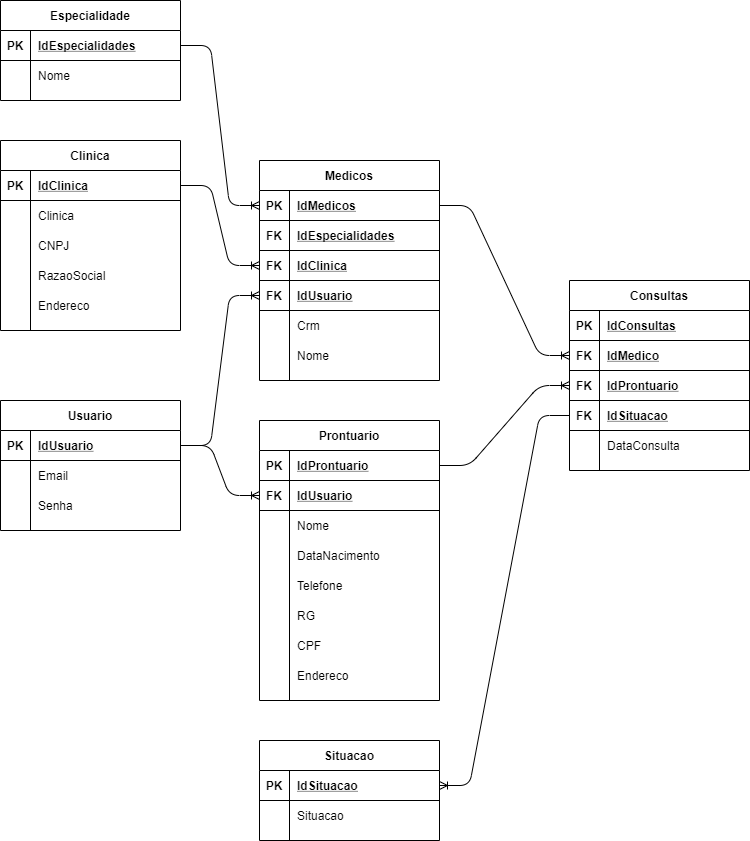
Above: Desafios/SP-Medical-Group/Diagramas/SP-Medical-Group-Conceitual.png in LeandroMCF/Senai_Sprint1_bd (draw.io), before the change. Source tidied: cells renumbered, new cells last; positions are measured from the earlier drawing's top-left corner, leaving out a move shared by most shapes.
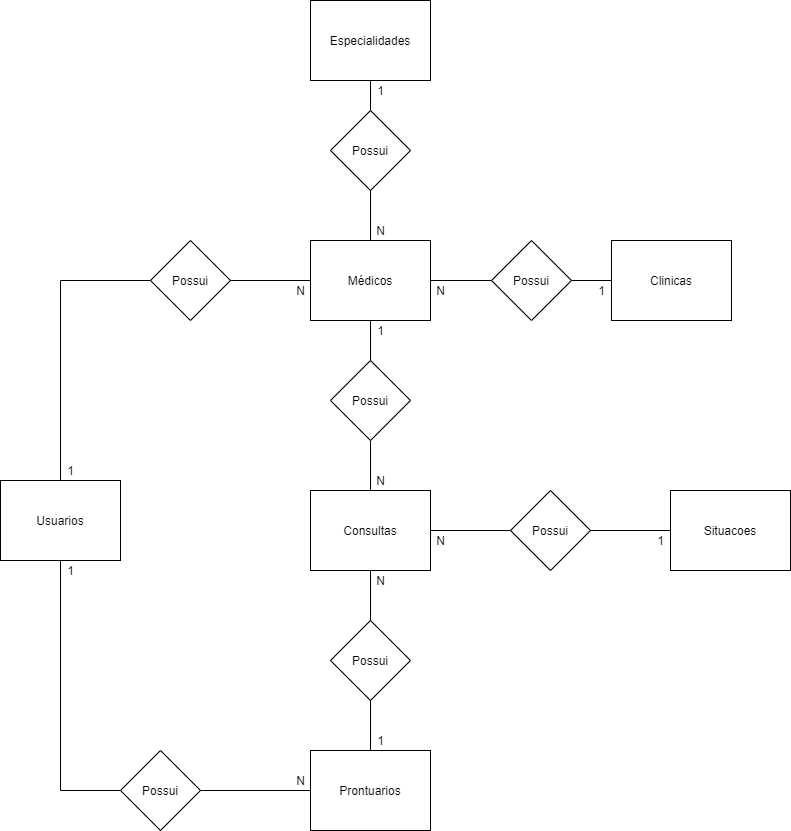
After the change.

Change to the diagram source:
```diff
@@ -3,7 +3,7 @@
     <mxCell id="0" />
     <mxCell id="1" parent="0" />
     <mxCell id="2" value="Especialidade" style="shape=table;startSize=30;rowLines=0;fontStyle=1;align=center;" parent="1" vertex="1">
-      <mxGeometry width="180" height="100" as="geometry" />
+      <mxGeometry x="-1" y="90" width="180" height="100" as="geometry" />
     </mxCell>
     <mxCell id="3" style="shape=partialRectangle;fillColor=none;top=0;left=0;bottom=1;right=0;points=[[0,0.5],[1,0.5]];portConstraint=eastwest;" parent="2" vertex="1">
       <mxGeometry y="30" width="180" height="30" as="geometry" />
@@ -53,17 +53,8 @@
     <mxCell id="18" value="IdClinica" style="shape=partialRectangle;fillColor=none;top=0;left=0;bottom=0;right=0;align=left;spacingLeft=6;fontStyle=5;overflow=hidden;" parent="16" vertex="1">
       <mxGeometry x="30" width="150" height="30" as="geometry" />
     </mxCell>
-    <mxCell id="19" style="shape=partialRectangle;fillColor=none;top=0;left=0;bottom=1;right=0;points=[[0,0.5],[1,0.5]];portConstraint=eastwest;" parent="9" vertex="1">
-      <mxGeometry y="120" width="180" height="30" as="geometry" />
-    </mxCell>
-    <mxCell id="20" value="FK" style="shape=partialRectangle;fillColor=none;top=0;left=0;bottom=0;right=0;fontStyle=1;overflow=hidden;" parent="19" vertex="1">
-      <mxGeometry width="30" height="30" as="geometry" />
-    </mxCell>
-    <mxCell id="21" value="IdUsuario" style="shape=partialRectangle;fillColor=none;top=0;left=0;bottom=0;right=0;align=left;spacingLeft=6;fontStyle=5;overflow=hidden;" parent="19" vertex="1">
-      <mxGeometry x="30" width="150" height="30" as="geometry" />
-    </mxCell>
     <mxCell id="22" style="shape=partialRectangle;fillColor=none;top=0;left=0;bottom=0;right=0;" parent="9" vertex="1">
-      <mxGeometry y="150" width="180" height="30" as="geometry" />
+      <mxGeometry y="120" width="180" height="30" as="geometry" />
     </mxCell>
     <mxCell id="23" style="shape=partialRectangle;fillColor=none;top=0;left=0;bottom=0;right=0;overflow=hidden;" parent="22" vertex="1">
       <mxGeometry width="30" height="30" as="geometry" />
@@ -72,7 +63,7 @@
       <mxGeometry x="30" width="150" height="30" as="geometry" />
     </mxCell>
     <mxCell id="25" style="shape=partialRectangle;fillColor=none;top=0;left=0;bottom=0;right=0;" parent="9" vertex="1">
-      <mxGeometry y="180" width="180" height="30" as="geometry" />
+      <mxGeometry y="150" width="180" height="30" as="geometry" />
     </mxCell>
     <mxCell id="26" style="shape=partialRectangle;fillColor=none;top=0;left=0;bottom=0;right=0;overflow=hidden;" parent="25" vertex="1">
       <mxGeometry width="30" height="30" as="geometry" />
@@ -80,8 +71,17 @@
     <mxCell id="27" value="Nome" style="shape=partialRectangle;fillColor=none;top=0;left=0;bottom=0;right=0;align=left;spacingLeft=6;overflow=hidden;" parent="25" vertex="1">
       <mxGeometry x="30" width="150" height="30" as="geometry" />
     </mxCell>
+    <mxCell id="109" style="shape=partialRectangle;fillColor=none;top=0;left=0;bottom=0;right=0;" parent="9" vertex="1">
+      <mxGeometry y="180" width="180" height="30" as="geometry" />
+    </mxCell>
+    <mxCell id="110" style="shape=partialRectangle;fillColor=none;top=0;left=0;bottom=0;right=0;overflow=hidden;" parent="109" vertex="1">
+      <mxGeometry width="30" height="30" as="geometry" />
+    </mxCell>
+    <mxCell id="111" value="Email" style="shape=partialRectangle;fillColor=none;top=0;left=0;bottom=0;right=0;align=left;spacingLeft=6;overflow=hidden;" parent="109" vertex="1">
+      <mxGeometry x="30" width="150" height="30" as="geometry" />
+    </mxCell>
     <mxCell id="28" value="Clinica" style="shape=table;startSize=30;rowLines=0;fontStyle=1;align=center;" parent="1" vertex="1">
-      <mxGeometry y="140" width="180" height="190" as="geometry" />
+      <mxGeometry x="-1" y="290" width="180" height="190" as="geometry" />
     </mxCell>
     <mxCell id="29" style="shape=partialRectangle;fillColor=none;top=0;left=0;bottom=1;right=0;points=[[0,0.5],[1,0.5]];portConstraint=eastwest;" parent="28" vertex="1">
       <mxGeometry y="30" width="180" height="30" as="geometry" />
@@ -140,17 +140,8 @@
     <mxCell id="47" value="IdProntuario" style="shape=partialRectangle;fillColor=none;top=0;left=0;bottom=0;right=0;align=left;spacingLeft=6;fontStyle=5;overflow=hidden;" parent="45" vertex="1">
       <mxGeometry x="30" width="150" height="30" as="geometry" />
     </mxCell>
-    <mxCell id="48" style="shape=partialRectangle;fillColor=none;top=0;left=0;bottom=1;right=0;points=[[0,0.5],[1,0.5]];portConstraint=eastwest;" parent="44" vertex="1">
-      <mxGeometry y="60" width="180" height="30" as="geometry" />
-    </mxCell>
-    <mxCell id="49" value="FK" style="shape=partialRectangle;fillColor=none;top=0;left=0;bottom=0;right=0;fontStyle=1;overflow=hidden;" parent="48" vertex="1">
-      <mxGeometry width="30" height="30" as="geometry" />
-    </mxCell>
-    <mxCell id="50" value="IdUsuario" style="shape=partialRectangle;fillColor=none;top=0;left=0;bottom=0;right=0;align=left;spacingLeft=6;fontStyle=5;overflow=hidden;" parent="48" vertex="1">
-      <mxGeometry x="30" width="150" height="30" as="geometry" />
-    </mxCell>
     <mxCell id="51" style="shape=partialRectangle;fillColor=none;top=0;left=0;bottom=0;right=0;" parent="44" vertex="1">
-      <mxGeometry y="90" width="180" height="30" as="geometry" />
+      <mxGeometry y="60" width="180" height="30" as="geometry" />
     </mxCell>
     <mxCell id="52" style="shape=partialRectangle;fillColor=none;top=0;left=0;bottom=0;right=0;overflow=hidden;" parent="51" vertex="1">
       <mxGeometry width="30" height="30" as="geometry" />
@@ -158,6 +149,15 @@
     <mxCell id="53" value="Nome" style="shape=partialRectangle;fillColor=none;top=0;left=0;bottom=0;right=0;align=left;spacingLeft=6;overflow=hidden;" parent="51" vertex="1">
       <mxGeometry x="30" width="150" height="30" as="geometry" />
     </mxCell>
+    <mxCell id="102" style="shape=partialRectangle;fillColor=none;top=0;left=0;bottom=0;right=0;" parent="44" vertex="1">
+      <mxGeometry y="90" width="180" height="30" as="geometry" />
+    </mxCell>
+    <mxCell id="112" style="shape=partialRectangle;fillColor=none;top=0;left=0;bottom=0;right=0;overflow=hidden;" parent="102" vertex="1">
+      <mxGeometry width="30" height="30" as="geometry" />
+    </mxCell>
+    <mxCell id="113" value="Email" style="shape=partialRectangle;fillColor=none;top=0;left=0;bottom=0;right=0;align=left;spacingLeft=6;overflow=hidden;" parent="102" vertex="1">
+      <mxGeometry x="30" width="150" height="30" as="geometry" />
+    </mxCell>
     <mxCell id="54" style="shape=partialRectangle;fillColor=none;top=0;left=0;bottom=0;right=0;" parent="44" vertex="1">
       <mxGeometry y="120" width="180" height="30" as="geometry" />
     </mxCell>
@@ -254,9 +254,15 @@
     <mxCell id="85" style="edgeStyle=entityRelationEdgeStyle;fontSize=12;html=1;endArrow=ERoneToMany;exitX=1;exitY=0.5;exitDx=0;exitDy=0;entryX=0;entryY=0.5;entryDx=0;entryDy=0;" parent="1" edge="1" source="10" target="73">
       <mxGeometry relative="1" as="geometry" />
     </mxCell>
+    <mxCell id="114" style="edgeStyle=entityRelationEdgeStyle;fontSize=12;html=1;endArrow=ERmandOne;startArrow=ERmandOne;entryX=0;entryY=0.5;entryDx=0;entryDy=0;exitX=1;exitY=0.5;exitDx=0;exitDy=0;" parent="1" edge="1" source="3" target="13">
+      <mxGeometry relative="1" as="geometry" />
+    </mxCell>
     <mxCell id="86" style="edgeStyle=entityRelationEdgeStyle;fontSize=12;html=1;endArrow=ERoneToMany;entryX=0;entryY=0.5;entryDx=0;entryDy=0;exitX=1;exitY=0.5;exitDx=0;exitDy=0;" parent="1" edge="1" source="29" target="16">
       <mxGeometry relative="1" as="geometry" />
     </mxCell>
+    <mxCell id="108" style="edgeStyle=entityRelationEdgeStyle;fontSize=12;html=1;endArrow=ERmany;startArrow=ERmany;exitX=1;exitY=0.5;exitDx=0;exitDy=0;entryX=0;entryY=0.5;entryDx=0;entryDy=0;" parent="1" edge="1" source="45" target="76">
+      <mxGeometry relative="1" as="geometry" />
+    </mxCell>
     <mxCell id="87" value="Situacao" style="shape=table;startSize=30;rowLines=0;fontStyle=1;align=center;" parent="1" vertex="1">
       <mxGeometry x="259" y="740" width="180" height="100" as="geometry" />
     </mxCell>
@@ -281,47 +287,5 @@
     <mxCell id="94" style="edgeStyle=entityRelationEdgeStyle;fontSize=12;html=1;endArrow=ERoneToMany;entryX=1;entryY=0.5;entryDx=0;entryDy=0;exitX=0;exitY=0.5;exitDx=0;exitDy=0;" parent="1" edge="1" source="79" target="88">
       <mxGeometry relative="1" as="geometry" />
     </mxCell>
-    <mxCell id="95" value="Usuario" style="shape=table;startSize=30;rowLines=0;fontStyle=1;align=center;" parent="1" vertex="1">
-      <mxGeometry y="400" width="180" height="130" as="geometry" />
-    </mxCell>
-    <mxCell id="96" style="shape=partialRectangle;fillColor=none;top=0;left=0;bottom=1;right=0;points=[[0,0.5],[1,0.5]];portConstraint=eastwest;" parent="95" vertex="1">
-      <mxGeometry y="30" width="180" height="30" as="geometry" />
-    </mxCell>
-    <mxCell id="97" value="PK" style="shape=partialRectangle;fillColor=none;top=0;left=0;bottom=0;right=0;fontStyle=1;overflow=hidden;" parent="96" vertex="1">
-      <mxGeometry width="30" height="30" as="geometry" />
-    </mxCell>
-    <mxCell id="98" value="IdUsuario" style="shape=partialRectangle;fillColor=none;top=0;left=0;bottom=0;right=0;align=left;spacingLeft=6;fontStyle=5;overflow=hidden;" parent="96" vertex="1">
-      <mxGeometry x="30" width="150" height="30" as="geometry" />
-    </mxCell>
-    <mxCell id="99" style="shape=partialRectangle;fillColor=none;top=0;left=0;bottom=0;right=0;" parent="95" vertex="1">
-      <mxGeometry y="60" width="180" height="30" as="geometry" />
-    </mxCell>
-    <mxCell id="100" style="shape=partialRectangle;fillColor=none;top=0;left=0;bottom=0;right=0;overflow=hidden;" parent="99" vertex="1">
-      <mxGeometry width="30" height="30" as="geometry" />
-    </mxCell>
-    <mxCell id="101" value="Email" style="shape=partialRectangle;fillColor=none;top=0;left=0;bottom=0;right=0;align=left;spacingLeft=6;overflow=hidden;" parent="99" vertex="1">
-      <mxGeometry x="30" width="150" height="30" as="geometry" />
-    </mxCell>
-    <mxCell id="102" style="shape=partialRectangle;fillColor=none;top=0;left=0;bottom=0;right=0;" parent="95" vertex="1">
-      <mxGeometry y="90" width="180" height="30" as="geometry" />
-    </mxCell>
-    <mxCell id="103" style="shape=partialRectangle;fillColor=none;top=0;left=0;bottom=0;right=0;overflow=hidden;" parent="102" vertex="1">
-      <mxGeometry width="30" height="30" as="geometry" />
-    </mxCell>
-    <mxCell id="104" value="Senha" style="shape=partialRectangle;fillColor=none;top=0;left=0;bottom=0;right=0;align=left;spacingLeft=6;overflow=hidden;" parent="102" vertex="1">
-      <mxGeometry x="30" width="150" height="30" as="geometry" />
-    </mxCell>
-    <mxCell id="105" style="edgeStyle=entityRelationEdgeStyle;fontSize=12;html=1;endArrow=ERoneToMany;entryX=0;entryY=0.5;entryDx=0;entryDy=0;exitX=1;exitY=0.5;exitDx=0;exitDy=0;" parent="1" edge="1" source="96" target="19">
-      <mxGeometry relative="1" as="geometry" />
-    </mxCell>
-    <mxCell id="106" style="edgeStyle=entityRelationEdgeStyle;fontSize=12;html=1;endArrow=ERoneToMany;entryX=0;entryY=0.5;entryDx=0;entryDy=0;exitX=1;exitY=0.5;exitDx=0;exitDy=0;" parent="1" edge="1" source="96" target="48">
-      <mxGeometry relative="1" as="geometry" />
-    </mxCell>
-    <mxCell id="107" style="edgeStyle=entityRelationEdgeStyle;fontSize=12;html=1;endArrow=ERoneToMany;exitX=1;exitY=0.5;exitDx=0;exitDy=0;entryX=0;entryY=0.5;entryDx=0;entryDy=0;" parent="1" edge="1" source="3" target="10">
-      <mxGeometry relative="1" as="geometry" />
-    </mxCell>
-    <mxCell id="108" style="edgeStyle=entityRelationEdgeStyle;fontSize=12;html=1;endArrow=ERoneToMany;entryX=0;entryY=0.5;entryDx=0;entryDy=0;exitX=1;exitY=0.5;exitDx=0;exitDy=0;" parent="1" edge="1" source="45" target="76">
-      <mxGeometry relative="1" as="geometry" />
-    </mxCell>
   </root>
 </mxGraphModel>
```
